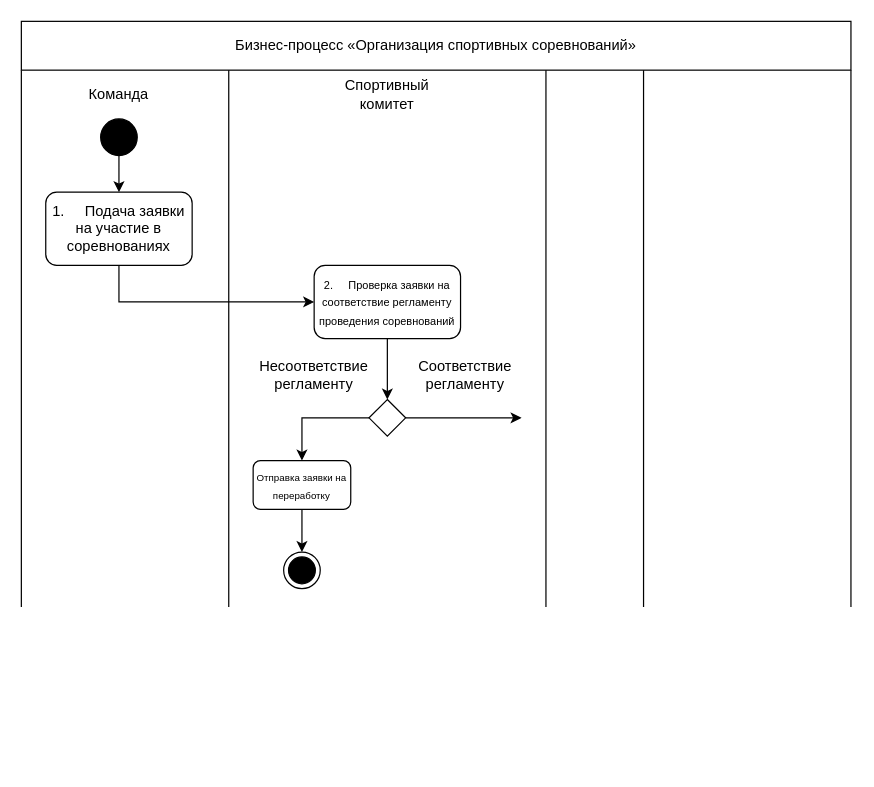
Earlier version of the draw.io diagram page "Деятельности" (3 of 9) of Диаграммы ИС «Спортивный комитет».drawio (antonch985/Education). Source tidied: cells renumbered, new cells numbered last; positions are measured from the earlier drawing's top-left corner, leaving out a move shared by most shapes. Both pictures are drawn from the tidied source at 122%, with x=0, y=0 at pixel (21, 21).
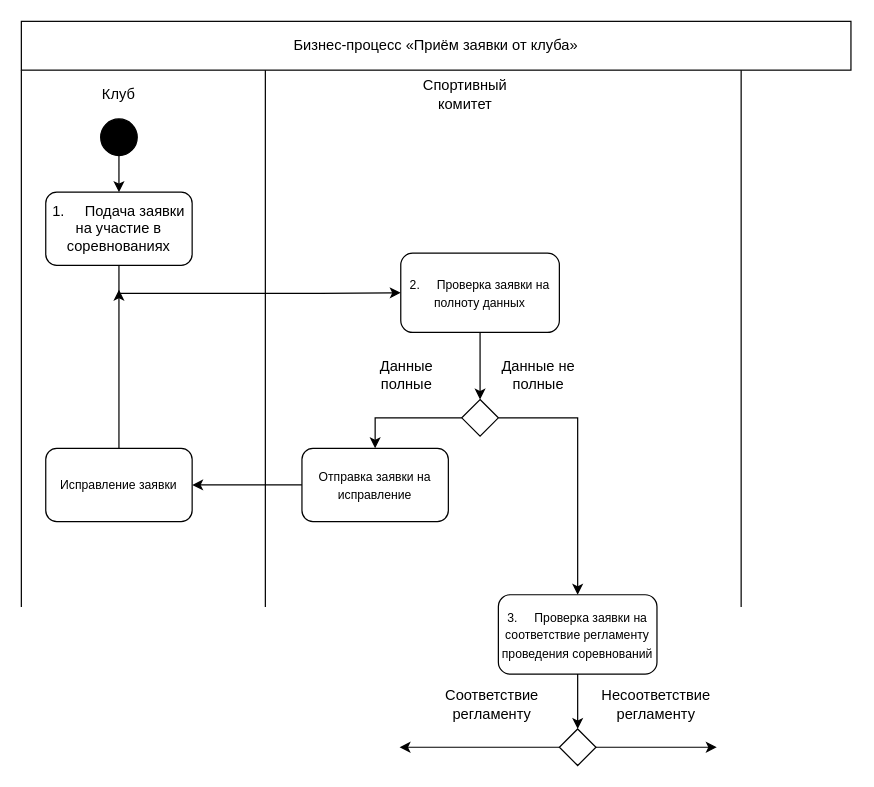
The same page after the edit.

The change refers to these unchanged cells:
```xml
<mxCell id="14" value="&lt;font&gt;1.&lt;span style=&quot;white-space: pre;&quot;&gt;&#9;&lt;/span&gt;Подача заявки на участие в соревнованиях&lt;/font&gt;" style="rounded=1;whiteSpace=wrap;html=1;" parent="1" vertex="1">
  <mxGeometry x="20" y="140" width="120" height="60" as="geometry" />
</mxCell>
```

The edit, as a diff of the source:
```diff
@@
-    <mxCell id="2" value="Бизнес-процесс «Организация спортивных соревнований»" style="rounded=0;whiteSpace=wrap;html=1;" parent="1" vertex="1">
+    <mxCell id="2" value="Бизнес-процесс «Приём заявки от клуба»" style="rounded=0;whiteSpace=wrap;html=1;" parent="1" vertex="1">
       <mxGeometry width="680" height="40" as="geometry" />
     </mxCell>
@@
-    <mxCell id="4" style="endArrow=none;html=1;rounded=0;entryX=0.25;entryY=1;entryDx=0;entryDy=0;" parent="1" edge="1" target="2">
+    <mxCell id="4" style="endArrow=none;html=1;rounded=0;entryX=0.25;entryY=1;entryDx=0;entryDy=0;" parent="1" edge="1">
       <mxGeometry relative="1" as="geometry">
-        <mxPoint x="170" y="480" as="sourcePoint" />
+        <mxPoint x="200" y="480" as="sourcePoint" />
+        <mxPoint x="200" y="40" as="targetPoint" />
       </mxGeometry>
     </mxCell>
@@
-    <mxCell id="7" value="&lt;font style=&quot;font-size: 9px;&quot;&gt;2.&lt;span style=&quot;white-space: pre;&quot;&gt;&#9;&lt;/span&gt;Проверка заявки на соответствие регламенту проведения соревнований&lt;/font&gt;" style="rounded=1;whiteSpace=wrap;html=1;" parent="1" vertex="1">
-      <mxGeometry x="240" y="200" width="120" height="60" as="geometry" />
+    <mxCell id="7" value="&lt;font style=&quot;font-size: 10px;&quot;&gt;2.&lt;span style=&quot;white-space: pre;&quot;&gt;&#9;&lt;/span&gt;Проверка заявки на полноту данных&lt;/font&gt;" style="rounded=1;whiteSpace=wrap;html=1;" parent="1" vertex="1">
+      <mxGeometry x="311" y="190" width="130" height="65" as="geometry" />
     </mxCell>
     <mxCell id="8" style="endArrow=none;html=1;rounded=0;entryX=0.5;entryY=1;entryDx=0;entryDy=0;" parent="1" edge="1">
       <mxGeometry relative="1" as="geometry">
-        <mxPoint x="430" y="480" as="sourcePoint" />
-        <mxPoint x="430" y="40" as="targetPoint" />
+        <mxPoint x="590" y="480" as="sourcePoint" />
+        <mxPoint x="590" y="40" as="targetPoint" />
       </mxGeometry>
     </mxCell>
-    <mxCell id="9" style="endArrow=none;html=1;rounded=0;entryX=0.75;entryY=1;entryDx=0;entryDy=0;" parent="1" edge="1" target="2">
-      <mxGeometry relative="1" as="geometry">
-        <mxPoint x="510" y="480" as="sourcePoint" />
-      </mxGeometry>
-    </mxCell>
-    <mxCell id="10" style="endArrow=none;html=1;rounded=0;entryX=1;entryY=1;entryDx=0;entryDy=0;" parent="1" edge="1" target="2">
-      <mxGeometry relative="1" as="geometry">
-        <mxPoint x="680" y="480" as="sourcePoint" />
-      </mxGeometry>
-    </mxCell>
     <mxCell id="11" value="Спорти&lt;span style=&quot;background-color: transparent; color: light-dark(rgb(0, 0, 0), rgb(255, 255, 255));&quot;&gt;вный комитет&lt;/span&gt;" style="text;html=1;whiteSpace=wrap;strokeColor=none;fillColor=none;align=center;verticalAlign=middle;rounded=0;" parent="1" vertex="1">
-      <mxGeometry x="260" y="40" width="80" height="40" as="geometry" />
+      <mxGeometry x="324" y="45" width="80" height="30" as="geometry" />
     </mxCell>
-    <mxCell id="12" value="Команда" style="text;html=1;whiteSpace=wrap;strokeColor=none;fillColor=none;align=center;verticalAlign=middle;rounded=0;" parent="1" vertex="1">
-      <mxGeometry x="40" y="40" width="80" height="40" as="geometry" />
+    <mxCell id="12" value="Клуб" style="text;html=1;whiteSpace=wrap;strokeColor=none;fillColor=none;align=center;verticalAlign=middle;rounded=0;" parent="1" vertex="1">
+      <mxGeometry x="60" y="50" width="40" height="20" as="geometry" />
     </mxCell>
     <mxCell id="13" style="edgeStyle=orthogonalEdgeStyle;rounded=0;jettySize=auto;html=1;entryX=0;entryY=0.5;entryDx=0;entryDy=0;" parent="1" edge="1" source="14" target="7">
       <mxGeometry relative="1" as="geometry">
         <Array as="points">
-          <mxPoint x="80" y="230" />
+          <mxPoint x="80" y="223" />
+          <mxPoint x="245" y="223" />
         </Array>
       </mxGeometry>
     </mxCell>
@@
-    <mxCell id="15" style="edgeStyle=orthogonalEdgeStyle;rounded=0;jettySize=auto;html=1;entryX=0.5;entryY=0;entryDx=0;entryDy=0;" parent="1" edge="1" source="17" target="22">
+    <mxCell id="15" style="edgeStyle=orthogonalEdgeStyle;rounded=0;jettySize=auto;html=1;entryX=0.5;entryY=0;entryDx=0;entryDy=0;exitX=0;exitY=0.5;exitDx=0;exitDy=0;" parent="1" edge="1" source="17" target="22">
       <mxGeometry relative="1" as="geometry" />
     </mxCell>
-    <mxCell id="16" style="edgeStyle=orthogonalEdgeStyle;rounded=0;jettySize=auto;html=1;" parent="1" edge="1" source="17">
-      <mxGeometry relative="1" as="geometry">
-        <mxPoint x="410" y="325" as="targetPoint" />
-      </mxGeometry>
+    <mxCell id="16" style="edgeStyle=orthogonalEdgeStyle;rounded=0;jettySize=auto;html=1;entryX=0.5;entryY=0;entryDx=0;entryDy=0;exitX=1;exitY=0.5;exitDx=0;exitDy=0;" parent="1" edge="1" source="17" target="26">
+      <mxGeometry relative="1" as="geometry" />
     </mxCell>
     <mxCell id="17" style="rhombus;whiteSpace=wrap;html=1;" parent="1" vertex="1">
-      <mxGeometry x="285" y="310" width="30" height="30" as="geometry" />
+      <mxGeometry x="361" y="310" width="30" height="30" as="geometry" />
     </mxCell>
@@
-    <mxCell id="19" style="ellipse;html=1;shape=endState;fillColor=#000000;strokeColor=#000000;" parent="1" vertex="1">
-      <mxGeometry x="215" y="435" width="30" height="30" as="geometry" />
-    </mxCell>
-    <mxCell id="20" value="Несоответствие&lt;div&gt;регламенту&lt;/div&gt;" style="text;html=1;whiteSpace=wrap;strokeColor=none;fillColor=none;align=center;verticalAlign=middle;rounded=0;" parent="1" vertex="1">
-      <mxGeometry x="190" y="270" width="100" height="40" as="geometry" />
+    <mxCell id="20" value="Данные полные" style="text;html=1;whiteSpace=wrap;strokeColor=none;fillColor=none;align=center;verticalAlign=middle;rounded=0;" parent="1" vertex="1">
+      <mxGeometry x="286" y="270" width="60" height="40" as="geometry" />
     </mxCell>
-    <mxCell id="21" style="edgeStyle=orthogonalEdgeStyle;rounded=0;jettySize=auto;html=1;entryX=0.5;entryY=0;entryDx=0;entryDy=0;" parent="1" edge="1" source="22" target="19">
-      <mxGeometry relative="1" as="geometry" />
-    </mxCell>
+    <mxCell id="24" style="edgeStyle=orthogonalEdgeStyle;rounded=0;jettySize=auto;html=1;entryX=1;entryY=0.5;entryDx=0;entryDy=0;exitX=0;exitY=0.5;exitDx=0;exitDy=0;" parent="1" edge="1" source="22" target="28">
+      <mxGeometry relative="1" as="geometry" />
+    </mxCell>
-    <mxCell id="22" value="&lt;font style=&quot;font-size: 8px;&quot;&gt;Отправка заявки на переработку&lt;/font&gt;" style="rounded=1;whiteSpace=wrap;html=1;" parent="1" vertex="1">
-      <mxGeometry x="190" y="360" width="80" height="40" as="geometry" />
+    <mxCell id="22" value="&lt;font style=&quot;font-size: 10px;&quot;&gt;Отправка заявки на исправление&lt;/font&gt;" style="rounded=1;whiteSpace=wrap;html=1;" parent="1" vertex="1">
+      <mxGeometry x="230" y="350" width="120" height="60" as="geometry" />
     </mxCell>
-    <mxCell id="23" value="Соответствие регламенту" style="text;html=1;whiteSpace=wrap;strokeColor=none;fillColor=none;align=center;verticalAlign=middle;rounded=0;" parent="1" vertex="1">
-      <mxGeometry x="334" y="275" width="60" height="30" as="geometry" />
+    <mxCell id="23" value="Данные не полные" style="text;html=1;whiteSpace=wrap;strokeColor=none;fillColor=none;align=center;verticalAlign=middle;rounded=0;" parent="1" vertex="1">
+      <mxGeometry x="391" y="272.5" width="66" height="35" as="geometry" />
     </mxCell>
+    <mxCell id="25" style="edgeStyle=orthogonalEdgeStyle;rounded=0;jettySize=auto;html=1;entryX=0.5;entryY=0;entryDx=0;entryDy=0;" parent="1" edge="1" source="26" target="31">
+      <mxGeometry relative="1" as="geometry" />
+    </mxCell>
+    <mxCell id="26" value="&lt;div style=&quot;&quot;&gt;&lt;span style=&quot;font-size: 10px; background-color: transparent; color: light-dark(rgb(0, 0, 0), rgb(255, 255, 255));&quot;&gt;3.&lt;/span&gt;&lt;span style=&quot;font-size: 10px; background-color: transparent; color: light-dark(rgb(0, 0, 0), rgb(255, 255, 255)); white-space: pre;&quot;&gt;&#9;&lt;/span&gt;&lt;span style=&quot;font-size: 10px; background-color: transparent; color: light-dark(rgb(0, 0, 0), rgb(255, 255, 255));&quot;&gt;Проверка заявки на соответствие регламенту проведения соревнований&lt;/span&gt;&lt;/div&gt;" style="rounded=1;whiteSpace=wrap;html=1;align=center;" parent="1" vertex="1">
+      <mxGeometry x="391" y="470" width="130" height="65" as="geometry" />
+    </mxCell>
+    <mxCell id="27" style="edgeStyle=orthogonalEdgeStyle;rounded=0;jettySize=auto;html=1;" parent="1" edge="1" source="28">
+      <mxGeometry relative="1" as="geometry">
+        <mxPoint x="80" y="220" as="targetPoint" />
+      </mxGeometry>
+    </mxCell>
+    <mxCell id="28" value="&lt;font style=&quot;font-size: 10px;&quot;&gt;Исправление заявки&lt;/font&gt;" style="rounded=1;whiteSpace=wrap;html=1;" parent="1" vertex="1">
+      <mxGeometry x="20" y="350" width="120" height="60" as="geometry" />
+    </mxCell>
+    <mxCell id="29" style="edgeStyle=orthogonalEdgeStyle;rounded=0;jettySize=auto;html=1;" parent="1" edge="1" source="31">
+      <mxGeometry relative="1" as="geometry">
+        <mxPoint x="310" y="595" as="targetPoint" />
+      </mxGeometry>
+    </mxCell>
+    <mxCell id="30" style="edgeStyle=orthogonalEdgeStyle;rounded=0;jettySize=auto;html=1;" parent="1" edge="1" source="31">
+      <mxGeometry relative="1" as="geometry">
+        <mxPoint x="570" y="595" as="targetPoint" />
+      </mxGeometry>
+    </mxCell>
+    <mxCell id="31" style="rhombus;whiteSpace=wrap;html=1;" parent="1" vertex="1">
+      <mxGeometry x="441" y="580" width="30" height="30" as="geometry" />
+    </mxCell>
+    <mxCell id="32" value="Соответствие регламенту" style="text;html=1;whiteSpace=wrap;strokeColor=none;fillColor=none;align=center;verticalAlign=middle;rounded=0;" parent="1" vertex="1">
+      <mxGeometry x="346" y="540" width="80" height="40" as="geometry" />
+    </mxCell>
+    <mxCell id="33" value="Несоответствие регламенту" style="text;html=1;whiteSpace=wrap;strokeColor=none;fillColor=none;align=center;verticalAlign=middle;rounded=0;" parent="1" vertex="1">
+      <mxGeometry x="471" y="540" width="99" height="40" as="geometry" />
+    </mxCell>
```
